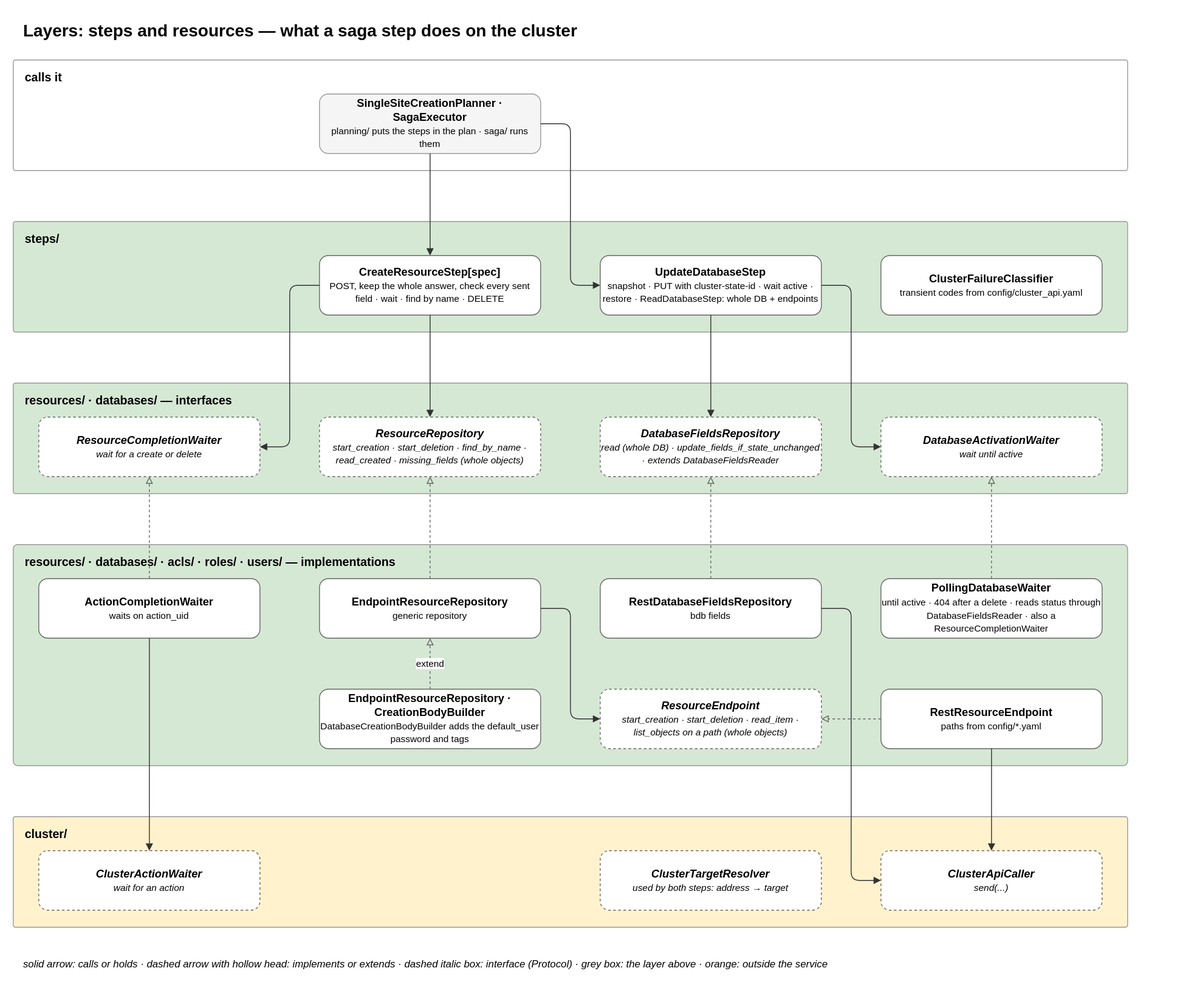
Earlier version of the draw.io export docs/diagrams/07-layer-steps-resources.drawio.svg (EliShteinman/redis-enterprise-services). Source tidied: cells renumbered, new cells last; positions are measured from the earlier drawing's top-left corner, leaving out a move shared by most shapes.
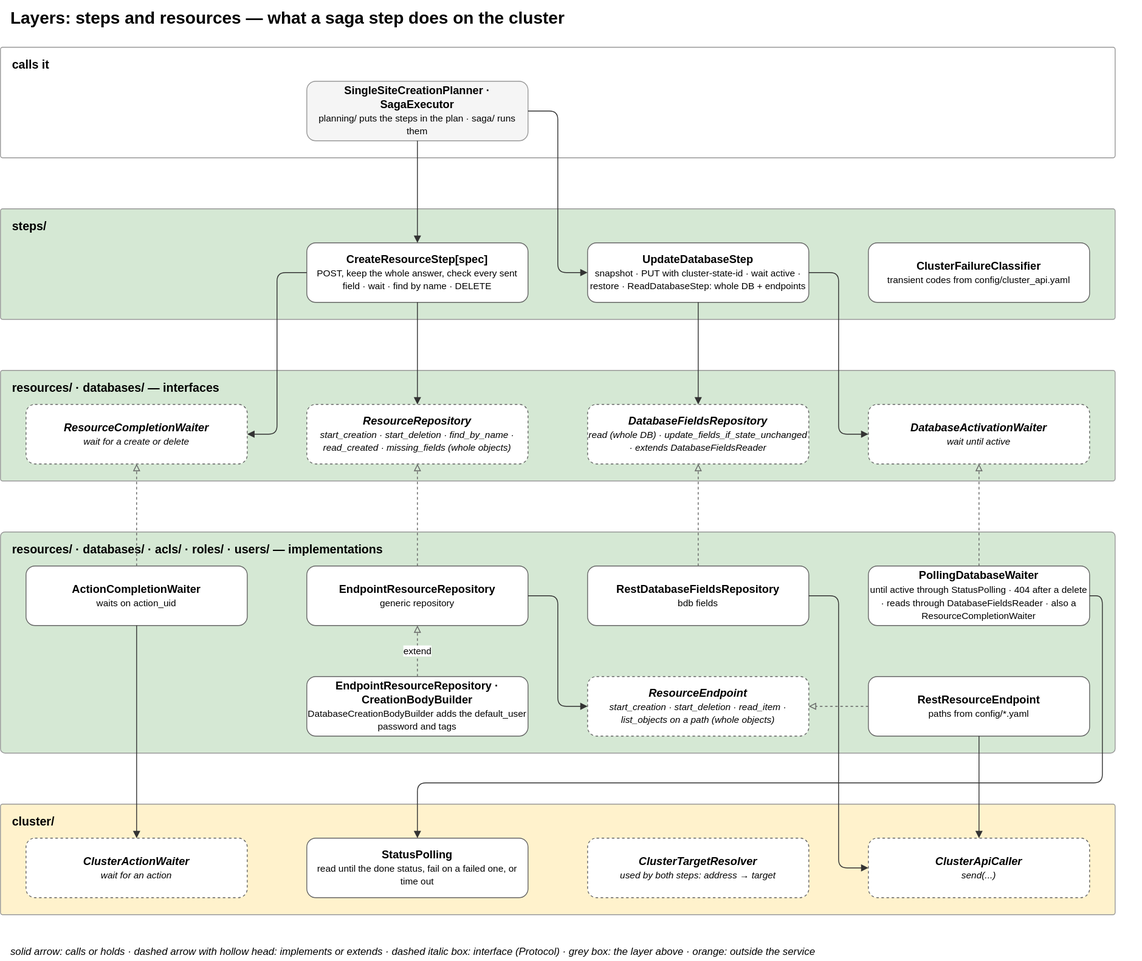
Later version of the same file.

Commit message:
docs(diagrams): StatusPolling, user_resources, lock_keys, ensure_matches and the role in the permission

Change to the diagram source:
```diff
@@ -50,7 +50,7 @@
     <mxCell id="17" value="&lt;b&gt;RestDatabaseFieldsRepository&lt;/b&gt;&lt;br&gt;&lt;font style='font-size:11px'&gt;bdb fields&lt;/font&gt;" style="rounded=1;whiteSpace=wrap;html=1;fillColor=#ffffff;strokeColor=#666666;fontSize=13;" parent="1" vertex="1">
       <mxGeometry x="690" y="665" width="260" height="70" as="geometry" />
     </mxCell>
-    <mxCell id="18" value="&lt;b&gt;PollingDatabaseWaiter&lt;/b&gt;&lt;br&gt;&lt;font style='font-size:11px'&gt;until active · 404 after a delete · reads status through DatabaseFieldsReader · also a ResourceCompletionWaiter&lt;/font&gt;" style="rounded=1;whiteSpace=wrap;html=1;fillColor=#ffffff;strokeColor=#666666;fontSize=13;" parent="1" vertex="1">
+    <mxCell id="18" value="&lt;b&gt;PollingDatabaseWaiter&lt;/b&gt;&lt;br&gt;&lt;font style='font-size:11px'&gt;until active through StatusPolling · 404 after a delete · reads through DatabaseFieldsReader · also a ResourceCompletionWaiter&lt;/font&gt;" style="rounded=1;whiteSpace=wrap;html=1;fillColor=#ffffff;strokeColor=#666666;fontSize=13;" parent="1" vertex="1">
       <mxGeometry x="1020" y="665" width="260" height="70" as="geometry" />
     </mxCell>
     <mxCell id="19" value="&lt;b&gt;EndpointResourceRepository · CreationBodyBuilder&lt;/b&gt;&lt;br&gt;&lt;font style='font-size:11px'&gt;DatabaseCreationBodyBuilder adds the default_user password and tags&lt;/font&gt;" style="rounded=1;whiteSpace=wrap;html=1;fillColor=#ffffff;strokeColor=#666666;fontSize=13;" parent="1" vertex="1">
@@ -125,5 +125,17 @@
     <mxCell id="42" value="&lt;i&gt;solid arrow: calls or holds · dashed arrow with hollow head: implements or extends · dashed italic box: interface (Protocol) · grey box: the layer above · orange: outside the service&lt;/i&gt;" style="text;html=1;fontSize=12;align=left;" parent="1" vertex="1">
       <mxGeometry x="10" y="1105" width="1330" height="24" as="geometry" />
     </mxCell>
+    <mxCell id="43" value="&lt;b&gt;StatusPolling&lt;/b&gt;&lt;br&gt;&lt;font style='font-size:11px'&gt;read until the done status, fail on a failed one, or time out&lt;/font&gt;" style="rounded=1;whiteSpace=wrap;html=1;fillColor=#ffffff;strokeColor=#666666;fontSize=13;" parent="1" vertex="1">
+      <mxGeometry x="360" y="985" width="260" height="70" as="geometry" />
+    </mxCell>
+    <mxCell id="44" style="edgeStyle=orthogonalEdgeStyle;rounded=1;html=1;fontSize=11;labelBackgroundColor=#ffffff;endArrow=block;strokeColor=#333333;exitX=1;exitY=0.5;entryX=0.5;entryY=0;" parent="1" edge="1" source="18" target="43">
+      <mxGeometry relative="1" as="geometry">
+        <Array as="points">
+          <mxPoint x="1295" y="700" />
+          <mxPoint x="1295" y="920" />
+          <mxPoint x="490" y="920" />
+        </Array>
+      </mxGeometry>
+    </mxCell>
   </root>
 </mxGraphModel>
```
